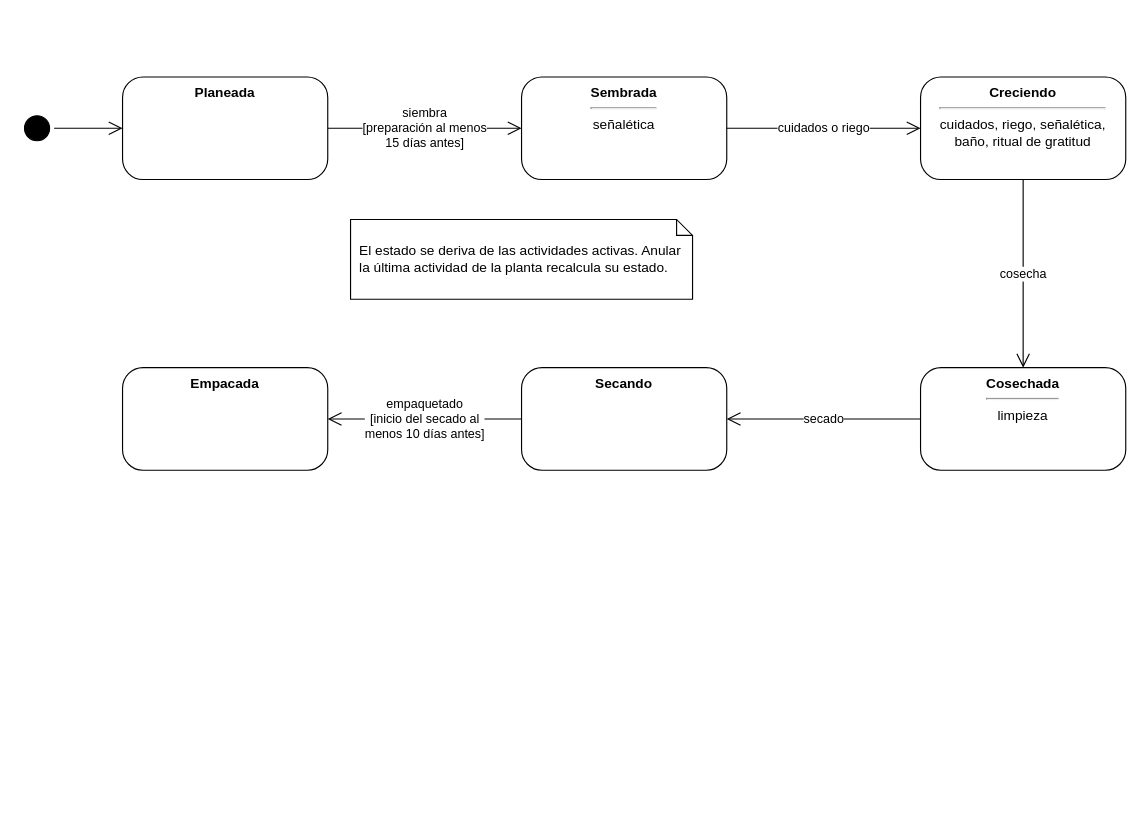
NovaAlexandriaEPN/repositorio-huertos keeps this draw.io diagram as docs/v1/diseno/figura_3_estados_planta.drawio. Above is the earlier version. Source tidied: cells renumbered, new cells numbered last; positions are measured from the earlier drawing's top-left corner, leaving out a move shared by most shapes. Both pictures are drawn from the tidied source at 114%, with x=0, y=0 at pixel (19, 76).
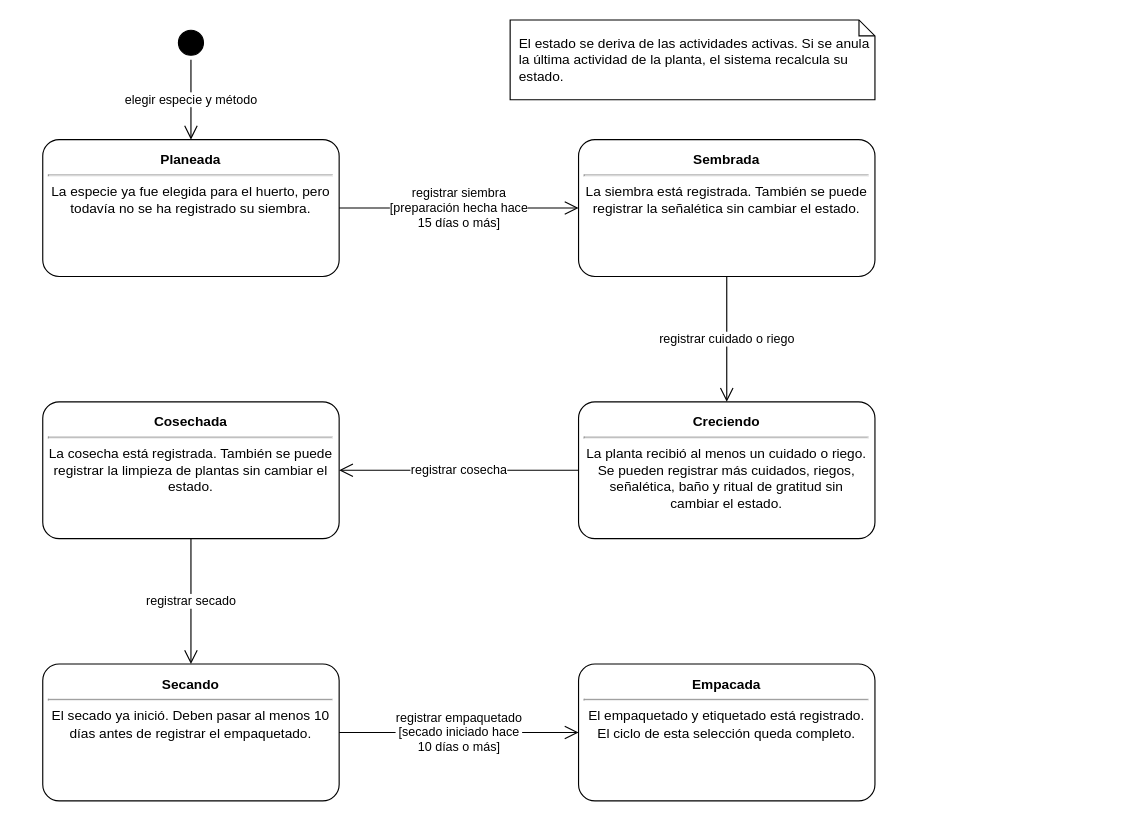
The same page after the edit.

Commit message (it also covers changes not shown here):
Correccion Diagramas Informe

The edit, as a diff of the source:
```diff
@@
 <mxGraphModel>
   <root>
     <mxCell id="0" />
     <mxCell id="1" parent="0" />
     <mxCell id="2" style="ellipse;html=1;shape=startState;fillColor=#000000;strokeColor=#000000;" parent="1" vertex="1">
-      <mxGeometry y="30" width="30" height="30" as="geometry" />
+      <mxGeometry x="135" y="-45" width="30" height="30" as="geometry" />
     </mxCell>
-    <mxCell id="3" value="&lt;b&gt;Planeada&lt;/b&gt;" style="rounded=1;arcSize=20;whiteSpace=wrap;html=1;align=center;verticalAlign=top;" parent="1" vertex="1">
-      <mxGeometry x="90" width="180" height="90" as="geometry" />
+    <mxCell id="3" value="&lt;b&gt;Planeada&lt;/b&gt;&lt;hr&gt;La especie ya fue elegida para el huerto, pero todavía no se ha registrado su siembra." style="rounded=1;arcSize=12;whiteSpace=wrap;html=1;align=center;verticalAlign=top;spacing=6;" parent="1" vertex="1">
+      <mxGeometry x="20" y="55" width="260" height="120" as="geometry" />
     </mxCell>
-    <mxCell id="4" value="&lt;b&gt;Sembrada&lt;/b&gt;&lt;hr&gt;señalética" style="rounded=1;arcSize=20;whiteSpace=wrap;html=1;align=center;verticalAlign=top;" parent="1" vertex="1">
-      <mxGeometry x="440" width="180" height="90" as="geometry" />
+    <mxCell id="4" value="&lt;b&gt;Sembrada&lt;/b&gt;&lt;hr&gt;La siembra está registrada. También se puede registrar la señalética sin cambiar el estado." style="rounded=1;arcSize=12;whiteSpace=wrap;html=1;align=center;verticalAlign=top;spacing=6;" parent="1" vertex="1">
+      <mxGeometry x="490" y="55" width="260" height="120" as="geometry" />
     </mxCell>
-    <mxCell id="5" value="&lt;b&gt;Creciendo&lt;/b&gt;&lt;hr&gt;cuidados, riego, señalética,&lt;br&gt;baño, ritual de gratitud" style="rounded=1;arcSize=20;whiteSpace=wrap;html=1;align=center;verticalAlign=top;" parent="1" vertex="1">
-      <mxGeometry x="790" width="180" height="90" as="geometry" />
+    <mxCell id="5" value="&lt;b&gt;Creciendo&lt;/b&gt;&lt;hr&gt;La planta recibió al menos un cuidado o riego. Se pueden registrar más cuidados, riegos, señalética, baño y ritual de gratitud sin cambiar el estado." style="rounded=1;arcSize=12;whiteSpace=wrap;html=1;align=center;verticalAlign=top;spacing=6;" parent="1" vertex="1">
+      <mxGeometry x="490" y="285" width="260" height="120" as="geometry" />
     </mxCell>
-    <mxCell id="6" value="&lt;b&gt;Cosechada&lt;/b&gt;&lt;hr&gt;limpieza" style="rounded=1;arcSize=20;whiteSpace=wrap;html=1;align=center;verticalAlign=top;" parent="1" vertex="1">
-      <mxGeometry x="790" y="255" width="180" height="90" as="geometry" />
+    <mxCell id="6" value="&lt;b&gt;Cosechada&lt;/b&gt;&lt;hr&gt;La cosecha está registrada. También se puede registrar la limpieza de plantas sin cambiar el estado." style="rounded=1;arcSize=12;whiteSpace=wrap;html=1;align=center;verticalAlign=top;spacing=6;" parent="1" vertex="1">
+      <mxGeometry x="20" y="285" width="260" height="120" as="geometry" />
     </mxCell>
-    <mxCell id="7" value="&lt;b&gt;Secando&lt;/b&gt;" style="rounded=1;arcSize=20;whiteSpace=wrap;html=1;align=center;verticalAlign=top;" parent="1" vertex="1">
-      <mxGeometry x="440" y="255" width="180" height="90" as="geometry" />
+    <mxCell id="7" value="&lt;b&gt;Secando&lt;/b&gt;&lt;hr&gt;El secado ya inició. Deben pasar al menos 10 días antes de registrar el empaquetado." style="rounded=1;arcSize=12;whiteSpace=wrap;html=1;align=center;verticalAlign=top;spacing=6;" parent="1" vertex="1">
+      <mxGeometry x="20" y="515" width="260" height="120" as="geometry" />
     </mxCell>
-    <mxCell id="8" value="&lt;b&gt;Empacada&lt;/b&gt;" style="rounded=1;arcSize=20;whiteSpace=wrap;html=1;align=center;verticalAlign=top;" parent="1" vertex="1">
-      <mxGeometry x="90" y="255" width="180" height="90" as="geometry" />
+    <mxCell id="8" value="&lt;b&gt;Empacada&lt;/b&gt;&lt;hr&gt;El empaquetado y etiquetado está registrado. El ciclo de esta selección queda completo." style="rounded=1;arcSize=12;whiteSpace=wrap;html=1;align=center;verticalAlign=top;spacing=6;" parent="1" vertex="1">
+      <mxGeometry x="490" y="515" width="260" height="120" as="geometry" />
     </mxCell>
-    <mxCell id="9" style="html=1;endArrow=open;endSize=10;rounded=0;labelBackgroundColor=default;exitX=1;exitY=0.5;exitDx=0;exitDy=0;exitPerimeter=0;entryX=0;entryY=0.5;entryDx=0;entryDy=0;entryPerimeter=0;" parent="1" edge="1" source="2" target="3">
+    <mxCell id="9" value="elegir especie y método" style="html=1;endArrow=open;endSize=10;rounded=0;labelBackgroundColor=default;fontSize=11;exitX=0.5;exitY=1;exitDx=0;exitDy=0;exitPerimeter=0;entryX=0.5;entryY=0;entryDx=0;entryDy=0;entryPerimeter=0;" parent="1" edge="1" source="2" target="3">
       <mxGeometry relative="1" as="geometry" />
     </mxCell>
-    <mxCell id="10" value="siembra&lt;br&gt;[preparación al menos&lt;br&gt;15 días antes]" style="html=1;endArrow=open;endSize=10;rounded=0;labelBackgroundColor=default;exitX=1;exitY=0.5;exitDx=0;exitDy=0;exitPerimeter=0;entryX=0;entryY=0.5;entryDx=0;entryDy=0;entryPerimeter=0;" parent="1" edge="1" source="3" target="4">
+    <mxCell id="10" value="registrar siembra&lt;br&gt;[preparación hecha hace&lt;br&gt;15 días o más]" style="html=1;endArrow=open;endSize=10;rounded=0;labelBackgroundColor=default;fontSize=11;exitX=1;exitY=0.5;exitDx=0;exitDy=0;exitPerimeter=0;entryX=0;entryY=0.5;entryDx=0;entryDy=0;entryPerimeter=0;" parent="1" edge="1" source="3" target="4">
       <mxGeometry relative="1" as="geometry" />
     </mxCell>
-    <mxCell id="11" value="cuidados o riego" style="html=1;endArrow=open;endSize=10;rounded=0;labelBackgroundColor=default;exitX=1;exitY=0.5;exitDx=0;exitDy=0;exitPerimeter=0;entryX=0;entryY=0.5;entryDx=0;entryDy=0;entryPerimeter=0;" parent="1" edge="1" source="4" target="5">
+    <mxCell id="11" value="registrar cuidado o riego" style="html=1;endArrow=open;endSize=10;rounded=0;labelBackgroundColor=default;fontSize=11;exitX=0.5;exitY=1;exitDx=0;exitDy=0;exitPerimeter=0;entryX=0.5;entryY=0;entryDx=0;entryDy=0;entryPerimeter=0;" parent="1" edge="1" source="4" target="5">
       <mxGeometry relative="1" as="geometry" />
     </mxCell>
-    <mxCell id="12" value="cosecha" style="html=1;endArrow=open;endSize=10;rounded=0;labelBackgroundColor=default;exitX=0.5;exitY=1;exitDx=0;exitDy=0;exitPerimeter=0;entryX=0.5;entryY=0;entryDx=0;entryDy=0;entryPerimeter=0;" parent="1" edge="1" source="5" target="6">
+    <mxCell id="12" value="registrar cosecha" style="html=1;endArrow=open;endSize=10;rounded=0;labelBackgroundColor=default;fontSize=11;exitX=0;exitY=0.5;exitDx=0;exitDy=0;exitPerimeter=0;entryX=1;entryY=0.5;entryDx=0;entryDy=0;entryPerimeter=0;" parent="1" edge="1" source="5" target="6">
       <mxGeometry relative="1" as="geometry" />
     </mxCell>
-    <mxCell id="13" value="secado" style="html=1;endArrow=open;endSize=10;rounded=0;labelBackgroundColor=default;exitX=0;exitY=0.5;exitDx=0;exitDy=0;exitPerimeter=0;entryX=1;entryY=0.5;entryDx=0;entryDy=0;entryPerimeter=0;" parent="1" edge="1" source="6" target="7">
+    <mxCell id="13" value="registrar secado" style="html=1;endArrow=open;endSize=10;rounded=0;labelBackgroundColor=default;fontSize=11;exitX=0.5;exitY=1;exitDx=0;exitDy=0;exitPerimeter=0;entryX=0.5;entryY=0;entryDx=0;entryDy=0;entryPerimeter=0;" parent="1" edge="1" source="6" target="7">
       <mxGeometry relative="1" as="geometry" />
     </mxCell>
-    <mxCell id="14" value="empaquetado&lt;br&gt;[inicio del secado al&lt;br&gt;menos 10 días antes]" style="html=1;endArrow=open;endSize=10;rounded=0;labelBackgroundColor=default;exitX=0;exitY=0.5;exitDx=0;exitDy=0;exitPerimeter=0;entryX=1;entryY=0.5;entryDx=0;entryDy=0;entryPerimeter=0;" parent="1" edge="1" source="7" target="8">
+    <mxCell id="14" value="registrar empaquetado&lt;br&gt;[secado iniciado hace&lt;br&gt;10 días o más]" style="html=1;endArrow=open;endSize=10;rounded=0;labelBackgroundColor=default;fontSize=11;exitX=1;exitY=0.5;exitDx=0;exitDy=0;exitPerimeter=0;entryX=0;entryY=0.5;entryDx=0;entryDy=0;entryPerimeter=0;" parent="1" edge="1" source="7" target="8">
       <mxGeometry relative="1" as="geometry" />
     </mxCell>
-    <mxCell id="15" value="El estado se deriva de las actividades activas. Anular la última actividad de la planta recalcula su estado." style="shape=note;whiteSpace=wrap;html=1;backgroundOutline=1;size=14;align=left;spacingLeft=6;" parent="1" vertex="1">
-      <mxGeometry x="290" y="125" width="300" height="70" as="geometry" />
+    <mxCell id="15" value="El estado se deriva de las actividades activas. Si se anula la última actividad de la planta, el sistema recalcula su estado." style="shape=note;whiteSpace=wrap;html=1;backgroundOutline=1;size=14;align=left;spacingLeft=6;" parent="1" vertex="1">
+      <mxGeometry x="430" y="-50" width="320" height="70" as="geometry" />
     </mxCell>
   </root>
 </mxGraphModel>
```
